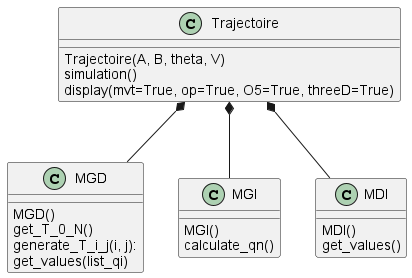
JulianT31/BE-Trajectoire keeps this PlantUML diagram as assets/uml.png. Above is the earlier version. Its diagram source:
```plantuml
@startuml

Trajectoire *-- MGD
Trajectoire *-- MGI
Trajectoire *-- MDI

class Trajectoire {
Trajectoire(A, B, theta, V)
simulation()
display(mvt=True, op=True, O5=True, threeD=True)
}

class MGI {
MGI()
calculate_qn()
}

class MGD {
MGD()
get_T_0_N()
generate_T_i_j(i, j):
get_values(list_qi)
}

class MDI {
MDI()
get_values()
}


@enduml
```
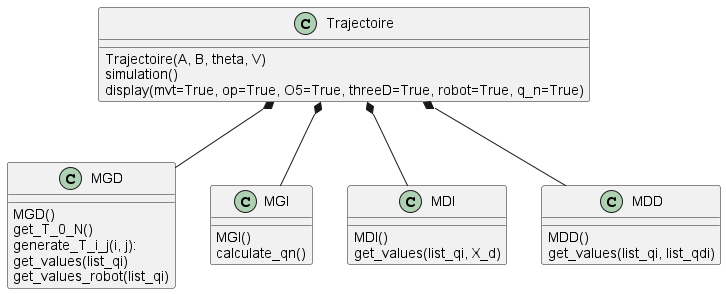
Later version of the same file.

What changed in the source:
```diff
@@ -3,11 +3,12 @@
 Trajectoire *-- MGD
 Trajectoire *-- MGI
 Trajectoire *-- MDI
+Trajectoire *-- MDD
 
 class Trajectoire {
 Trajectoire(A, B, theta, V)
 simulation()
-display(mvt=True, op=True, O5=True, threeD=True)
+display(mvt=True, op=True, O5=True, threeD=True, robot=True, q_n=True)
 }
 
 class MGI {
@@ -20,11 +21,18 @@
 get_T_0_N()
 generate_T_i_j(i, j):
 get_values(list_qi)
+get_values_robot(list_qi)
 }
+
+class MDD {
+MDD()
+get_values(list_qi, list_qdi)
+}
+
 
 class MDI {
 MDI()
-get_values()
+get_values(list_qi, X_d)
 }
 
 
```
